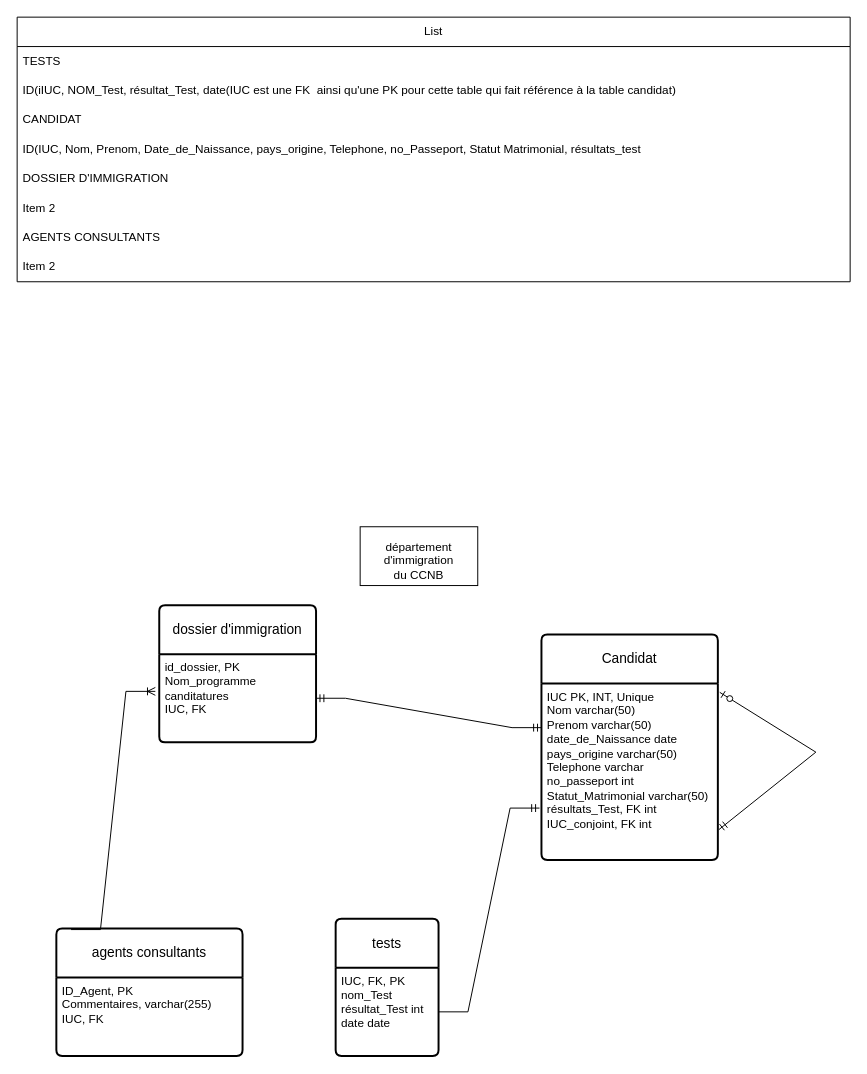
The draw.io diagram page "Modèle relationnel" (2 of 2) of Mi-session/test26FevDATA1029XavierViel.drawio in ProfX1/2094329_DATA1029, before the edit. Source tidied: cells renumbered, new cells numbered last; positions are measured from the earlier drawing's top-left corner, leaving out a move shared by most shapes. Both pictures are drawn from the tidied source at 98%, with x=0, y=0 at pixel (17, 17).
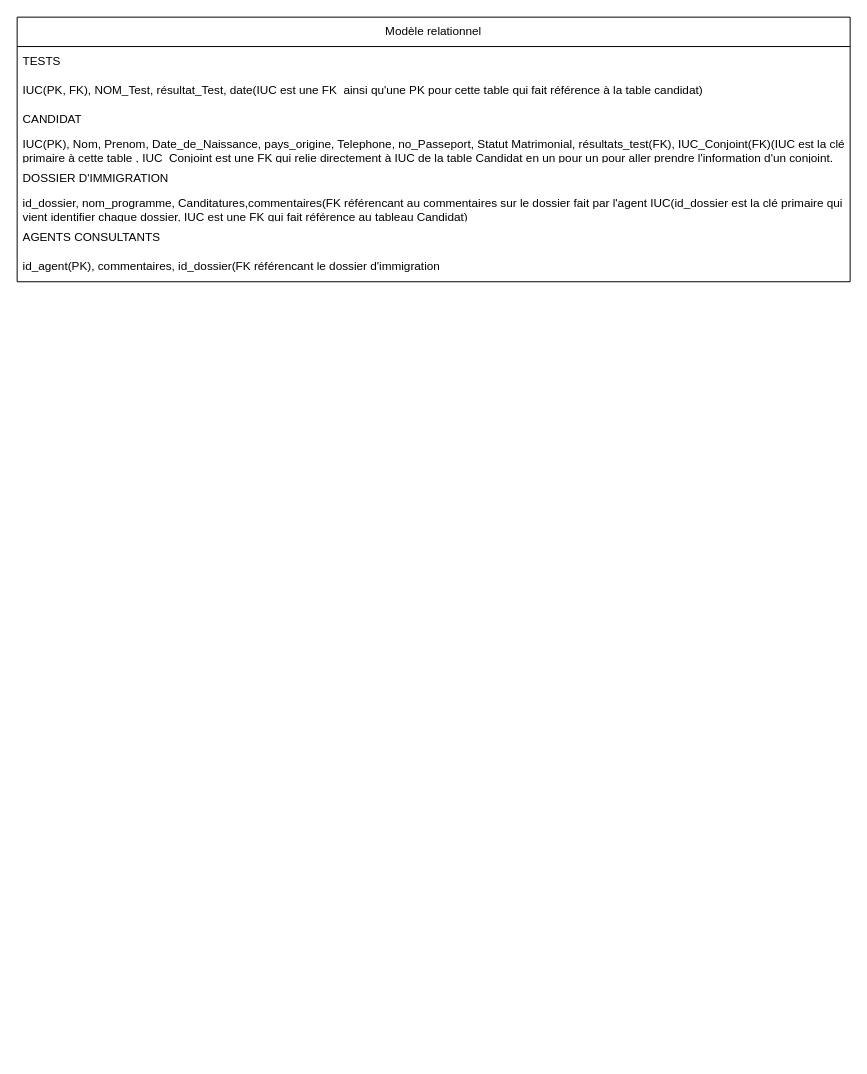
The same diagram, later.

Commit message (it also covers changes not shown here):
modele_relationnel

The edit, as a diff of the source:
```diff
@@
-    <mxCell id="2" value="List" style="swimlane;fontStyle=0;horizontal=1;startSize=30;whiteSpace=wrap;html=1;" parent="1" vertex="1">
+    <mxCell id="2" value="Modèle relationnel" style="swimlane;fontStyle=0;horizontal=1;startSize=30;whiteSpace=wrap;html=1;" parent="1" vertex="1">
       <mxGeometry width="850" height="270" as="geometry" />
     </mxCell>
@@
-    <mxCell id="4" value="ID(iIUC, NOM_Test, résultat_Test, date(IUC est une FK&amp;nbsp; ainsi qu'une PK pour cette table qui fait référence à la table candidat)" style="text;strokeColor=none;fillColor=none;align=left;verticalAlign=middle;spacingLeft=4;spacingRight=4;overflow=hidden;whiteSpace=wrap;html=1;" parent="2" vertex="1">
+    <mxCell id="4" value="IUC(PK, FK), NOM_Test, résultat_Test, date(IUC est une FK&amp;nbsp; ainsi qu'une PK pour cette table qui fait référence à la table candidat)" style="text;strokeColor=none;fillColor=none;align=left;verticalAlign=middle;spacingLeft=4;spacingRight=4;overflow=hidden;whiteSpace=wrap;html=1;" parent="2" vertex="1">
       <mxGeometry y="60" width="850" height="30" as="geometry" />
     </mxCell>
@@
-    <mxCell id="6" value="ID(IUC, Nom, Prenom, Date_de_Naissance, pays_origine, Telephone, no_Passeport, Statut Matrimonial, résultats_test" style="text;strokeColor=none;fillColor=none;align=left;verticalAlign=middle;spacingLeft=4;spacingRight=4;overflow=hidden;whiteSpace=wrap;html=1;" parent="2" vertex="1">
+    <mxCell id="6" value="IUC(PK), Nom, Prenom, Date_de_Naissance, pays_origine, Telephone, no_Passeport, Statut Matrimonial, résultats_test(FK), IUC_Conjoint(FK)(IUC est la clé primaire à cette table , IUC_Conjoint est une FK qui relie directement à IUC de la table Candidat en un pour un pour aller prendre l'information d'un conjoint.&amp;nbsp;" style="text;strokeColor=none;fillColor=none;align=left;verticalAlign=middle;spacingLeft=4;spacingRight=4;overflow=hidden;whiteSpace=wrap;html=1;" parent="2" vertex="1">
       <mxGeometry y="120" width="850" height="30" as="geometry" />
     </mxCell>
@@
-    <mxCell id="8" value="Item 2" style="text;strokeColor=none;fillColor=none;align=left;verticalAlign=middle;spacingLeft=4;spacingRight=4;overflow=hidden;whiteSpace=wrap;html=1;" parent="2" vertex="1">
+    <mxCell id="8" value="id_dossier, nom_programme, Canditatures,commentaires(FK référencant au commentaires sur le dossier fait par l'agent IUC(id_dossier est la clé primaire qui vient identifier chaque dossier, IUC est une FK qui fait référence au tableau Candidat)" style="text;strokeColor=none;fillColor=none;align=left;verticalAlign=middle;spacingLeft=4;spacingRight=4;overflow=hidden;whiteSpace=wrap;html=1;" parent="2" vertex="1">
       <mxGeometry y="180" width="850" height="30" as="geometry" />
     </mxCell>
@@
-    <mxCell id="10" value="Item 2" style="text;strokeColor=none;fillColor=none;align=left;verticalAlign=middle;spacingLeft=4;spacingRight=4;overflow=hidden;whiteSpace=wrap;html=1;" parent="2" vertex="1">
+    <mxCell id="10" value="id_agent(PK), commentaires, id_dossier(FK référencant le dossier d'immigration" style="text;strokeColor=none;fillColor=none;align=left;verticalAlign=middle;spacingLeft=4;spacingRight=4;overflow=hidden;whiteSpace=wrap;html=1;" parent="2" vertex="1">
       <mxGeometry y="240" width="850" height="30" as="geometry" />
     </mxCell>
-    <mxCell id="11" style="rounded=0;whiteSpace=wrap;html=1;" parent="1" vertex="1">
-      <mxGeometry x="350" y="520" width="120" height="60" as="geometry" />
-    </mxCell>
-    <mxCell id="12" value="département d'immigration du CCNB" style="text;html=1;align=center;verticalAlign=middle;whiteSpace=wrap;rounded=0;" parent="1" vertex="1">
-      <mxGeometry x="380" y="540" width="60" height="30" as="geometry" />
-    </mxCell>
-    <mxCell id="13" value="Candidat" style="swimlane;horizontal=1;startSize=50;rounded=1;fontSize=14;fontStyle=0;strokeWidth=2;shadow=0;dashed=0;align=center;arcSize=4;whiteSpace=wrap;html=1;" parent="1" vertex="1">
-      <mxGeometry x="535" y="630" width="180" height="230" as="geometry" />
-    </mxCell>
-    <mxCell id="14" value="IUC PK, INT, Unique&lt;br&gt;Nom varchar(50)&lt;br&gt;Prenom varchar(50)&lt;br&gt;date_de_Naissance date&lt;br&gt;pays_origine varchar(50)&lt;br&gt;Telephone varchar&lt;br&gt;no_passeport int&lt;br&gt;Statut_Matrimonial varchar(50)&lt;br&gt;résultats_Test, FK int&lt;br&gt;IUC_conjoint, FK int" style="align=left;strokeColor=none;fillColor=none;spacingLeft=4;fontSize=12;verticalAlign=top;html=1;" parent="13" vertex="1">
-      <mxGeometry y="50" width="180" height="180" as="geometry" />
-    </mxCell>
-    <mxCell id="15" style="edgeStyle=entityRelationEdgeStyle;fontSize=12;html=1;endArrow=ERzeroToOne;startArrow=ERmandOne;rounded=0;exitX=1.006;exitY=0.828;exitDx=0;exitDy=0;exitPerimeter=0;entryX=1.011;entryY=0.05;entryDx=0;entryDy=0;entryPerimeter=0;" parent="13" edge="1" source="14" target="14">
-      <mxGeometry relative="1" as="geometry">
-        <Array as="points">
-          <mxPoint x="280" y="120" />
-        </Array>
-      </mxGeometry>
-    </mxCell>
-    <mxCell id="16" value="dossier d'immigration" style="swimlane;horizontal=1;startSize=50;rounded=1;fontSize=14;fontStyle=0;strokeWidth=2;shadow=0;dashed=0;align=center;arcSize=4;whiteSpace=wrap;html=1;" parent="1" vertex="1">
-      <mxGeometry x="145" y="600" width="160" height="140" as="geometry" />
-    </mxCell>
-    <mxCell id="17" value="id_dossier, PK&lt;br&gt;Nom_programme&lt;br&gt;canditatures&lt;br&gt;IUC, FK&lt;br&gt;&lt;div&gt;&lt;br/&gt;&lt;/div&gt;" style="align=left;strokeColor=none;fillColor=none;spacingLeft=4;fontSize=12;verticalAlign=top;html=1;" parent="16" vertex="1">
-      <mxGeometry y="50" width="160" height="90" as="geometry" />
-    </mxCell>
-    <mxCell id="18" value="tests" style="swimlane;horizontal=1;startSize=50;rounded=1;fontSize=14;fontStyle=0;strokeWidth=2;shadow=0;dashed=0;align=center;arcSize=4;whiteSpace=wrap;html=1;" parent="1" vertex="1">
-      <mxGeometry x="325" y="920" width="105" height="140" as="geometry" />
-    </mxCell>
-    <mxCell id="19" value="IUC, FK, PK&lt;br&gt;nom_Test&lt;br&gt;résultat_Test int&lt;br&gt;date date&lt;div&gt;&lt;br/&gt;&lt;/div&gt;" style="align=left;strokeColor=none;fillColor=none;spacingLeft=4;fontSize=12;verticalAlign=top;html=1;" parent="18" vertex="1">
-      <mxGeometry y="50" width="105" height="90" as="geometry" />
-    </mxCell>
-    <mxCell id="20" value="agents consultants" style="swimlane;horizontal=1;startSize=50;rounded=1;fontSize=14;fontStyle=0;strokeWidth=2;shadow=0;dashed=0;align=center;arcSize=4;whiteSpace=wrap;html=1;" parent="1" vertex="1">
-      <mxGeometry x="40" y="930" width="190" height="130" as="geometry" />
-    </mxCell>
-    <mxCell id="21" value="ID_Agent, PK&lt;br&gt;Commentaires, varchar(255)&lt;br&gt;IUC, FK" style="align=left;strokeColor=none;fillColor=none;spacingLeft=4;fontSize=12;verticalAlign=top;html=1;" parent="20" vertex="1">
-      <mxGeometry y="50" width="190" height="80" as="geometry" />
-    </mxCell>
-    <mxCell id="22" style="edgeStyle=entityRelationEdgeStyle;fontSize=12;html=1;endArrow=ERoneToMany;rounded=0;entryX=-0.025;entryY=0.422;entryDx=0;entryDy=0;entryPerimeter=0;exitX=0.079;exitY=0.008;exitDx=0;exitDy=0;exitPerimeter=0;" parent="1" edge="1" source="20" target="17">
-      <mxGeometry relative="1" as="geometry">
-        <Array as="points">
-          <mxPoint x="45" y="930" />
-          <mxPoint x="51" y="840" />
-          <mxPoint x="55" y="820" />
-          <mxPoint x="45" y="780" />
-          <mxPoint x="45" y="830" />
-          <mxPoint x="45" y="840" />
-          <mxPoint x="55" y="840" />
-        </Array>
-      </mxGeometry>
-    </mxCell>
-    <mxCell id="23" style="edgeStyle=entityRelationEdgeStyle;fontSize=12;html=1;endArrow=ERmandOne;startArrow=ERmandOne;rounded=0;exitX=1;exitY=0.5;exitDx=0;exitDy=0;entryX=0;entryY=0.25;entryDx=0;entryDy=0;" parent="1" edge="1" source="17" target="14">
-      <mxGeometry relative="1" as="geometry" />
-    </mxCell>
-    <mxCell id="24" style="edgeStyle=entityRelationEdgeStyle;fontSize=12;html=1;endArrow=ERmandOne;rounded=0;exitX=1;exitY=0.5;exitDx=0;exitDy=0;entryX=-0.011;entryY=0.706;entryDx=0;entryDy=0;entryPerimeter=0;" parent="1" edge="1" source="19" target="14">
-      <mxGeometry relative="1" as="geometry" />
-    </mxCell>
```
